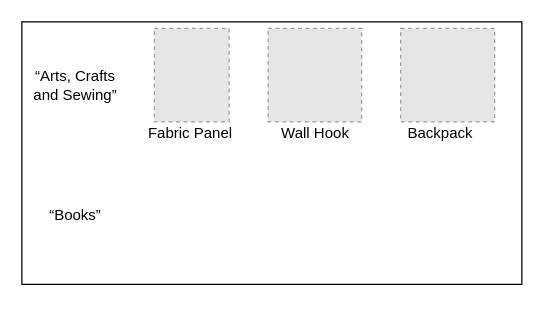
wenqisun/data keeps this draw.io diagram as illustration-CIKM2023.drawio. Above is the earlier version. Source tidied: cells renumbered, new cells numbered last; positions are measured from the earlier drawing's top-left corner, leaving out a move shared by most shapes. Both pictures are drawn from the tidied source at 125%, with x=0, y=0 at pixel (21, 21). Pictures stored in the file or linked from it are replaced by grey dashed boxes.
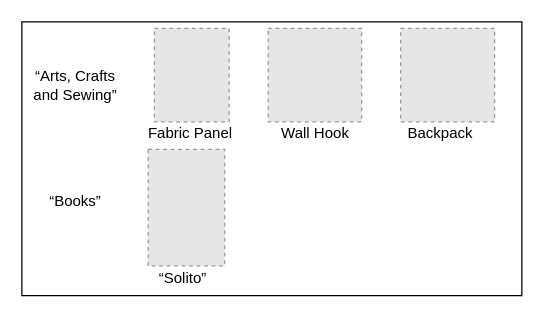
Above is the later version.

The edit, as a diff of the source:
```diff
@@
 <mxGraphModel>
   <root>
     <mxCell id="0" />
     <mxCell id="1" parent="0" />
     <mxCell id="2" style="rounded=0;whiteSpace=wrap;html=1;" parent="1" vertex="1">
-      <mxGeometry width="400" height="210" as="geometry" />
+      <mxGeometry width="400" height="219" as="geometry" />
     </mxCell>
     <mxCell id="3" value="“Arts, Crafts and Sewing”" style="text;strokeColor=none;align=center;fillColor=none;html=1;verticalAlign=middle;whiteSpace=wrap;rounded=0;" parent="1" vertex="1">
       <mxGeometry x="3" y="36" width="80" height="30" as="geometry" />
     </mxCell>
     <mxCell id="4" style="fillColor=#E6E6E6;strokeColor=#999999;dashed=1;verticalLabelPosition=bottom;verticalAlign=top;" parent="1" vertex="1">
       <mxGeometry x="106" y="5.2" width="59.8" height="74.8" as="geometry" />
     </mxCell>
     <mxCell id="5" value="Fabric Panel" style="text;strokeColor=none;align=center;fillColor=none;html=1;verticalAlign=middle;whiteSpace=wrap;rounded=0;" parent="1" vertex="1">
       <mxGeometry x="99.9" y="74" width="70" height="30" as="geometry" />
     </mxCell>
     <mxCell id="6" value="Wall Hook" style="text;strokeColor=none;align=center;fillColor=none;html=1;verticalAlign=middle;whiteSpace=wrap;rounded=0;" parent="1" vertex="1">
       <mxGeometry x="200" y="74" width="70" height="30" as="geometry" />
     </mxCell>
     <mxCell id="7" style="fillColor=#E6E6E6;strokeColor=#999999;dashed=1;verticalLabelPosition=bottom;verticalAlign=top;" parent="1" vertex="1">
       <mxGeometry x="197" y="5.2" width="74.8" height="74.8" as="geometry" />
     </mxCell>
     <mxCell id="8" style="fillColor=#E6E6E6;strokeColor=#999999;dashed=1;verticalLabelPosition=bottom;verticalAlign=top;" parent="1" vertex="1">
       <mxGeometry x="303" y="5.2" width="75.2" height="74.8" as="geometry" />
     </mxCell>
     <mxCell id="9" value="Backpack" style="text;strokeColor=none;align=center;fillColor=none;html=1;verticalAlign=middle;whiteSpace=wrap;rounded=0;" parent="1" vertex="1">
       <mxGeometry x="300" y="74" width="70" height="30" as="geometry" />
     </mxCell>
     <mxCell id="10" value="“Books”" style="text;strokeColor=none;align=center;fillColor=none;html=1;verticalAlign=middle;whiteSpace=wrap;rounded=0;" parent="1" vertex="1">
-      <mxGeometry x="3" y="140" width="80" height="30" as="geometry" />
+      <mxGeometry x="3" y="129" width="80" height="30" as="geometry" />
     </mxCell>
+    <mxCell id="11" value="“Solito”" style="text;strokeColor=none;align=center;fillColor=none;html=1;verticalAlign=middle;whiteSpace=wrap;rounded=0;" parent="1" vertex="1">
+      <mxGeometry x="93.9" y="190" width="70" height="30" as="geometry" />
+    </mxCell>
+    <mxCell id="12" style="fillColor=#E6E6E6;strokeColor=#999999;dashed=1;verticalLabelPosition=bottom;verticalAlign=top;" parent="1" vertex="1">
+      <mxGeometry x="101" y="102" width="61.3" height="93.2" as="geometry" />
+    </mxCell>
   </root>
 </mxGraphModel>
```
